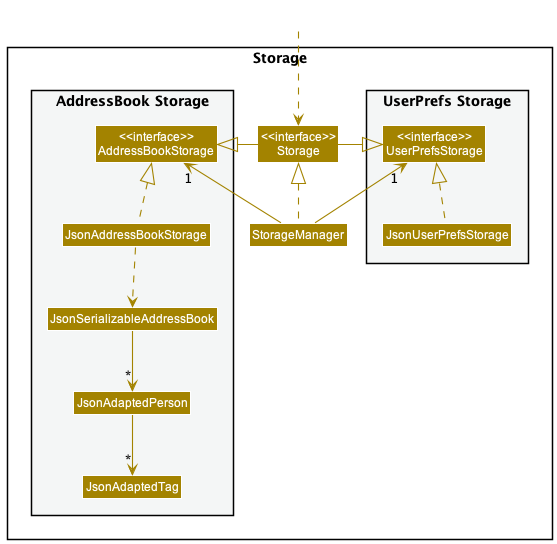
This is docs/images/StorageClassDiagram.png from nus-cs2103-AY2223S2/tp, a PlantUML export, as it was before one commit. Source of this version:
```plantuml
@startuml
!include style.puml
skinparam arrowThickness 1.1
skinparam arrowColor STORAGE_COLOR
skinparam classBackgroundColor STORAGE_COLOR

package Storage{

package "UserPrefs Storage" #F4F6F6{
Class "<<interface>>\nUserPrefsStorage" as UserPrefsStorage
Class JsonUserPrefsStorage
}

Class "<<interface>>\nStorage" as Storage
Class StorageManager

package "AddressBook Storage" #F4F6F6{
Class "<<interface>>\nAddressBookStorage" as AddressBookStorage
Class JsonAddressBookStorage
Class JsonSerializableAddressBook
Class JsonAdaptedPerson
Class JsonAdaptedTag
}

}

Class HiddenOutside #FFFFFF
HiddenOutside ..> Storage

StorageManager .up.|> Storage
StorageManager -up-> "1" UserPrefsStorage
StorageManager -up-> "1" AddressBookStorage

Storage -left-|> UserPrefsStorage
Storage -right-|> AddressBookStorage

JsonUserPrefsStorage .up.|> UserPrefsStorage
JsonAddressBookStorage .up.|> AddressBookStorage
JsonAddressBookStorage ..> JsonSerializableAddressBook
JsonSerializableAddressBook --> "*" JsonAdaptedPerson
JsonAdaptedPerson --> "*" JsonAdaptedTag

@enduml
```
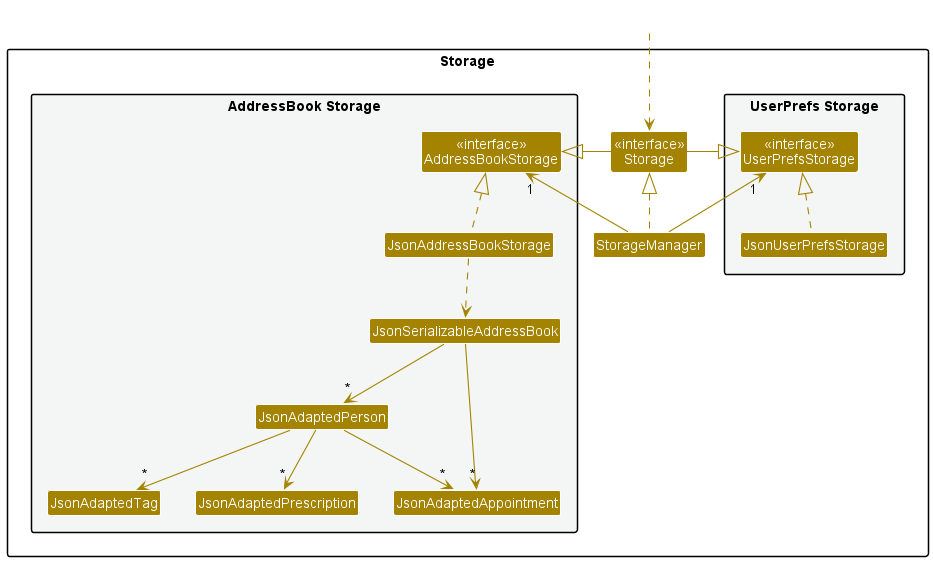
After the commit.

Commit message:
updated the storage class diagram image

The edit, as a diff of the source:
```diff
@@ -11,7 +11,7 @@
 Class JsonUserPrefsStorage
 }
 
-Class "<<interface>>\nStorage" as Storage
+Class "<<interface>>\nStorage" as StorageInterface
 Class StorageManager
 
 package "AddressBook Storage" #F4F6F6{
@@ -20,24 +20,29 @@
 Class JsonSerializableAddressBook
 Class JsonAdaptedPerson
 Class JsonAdaptedTag
+Class JsonAdaptedAppointment
+Class JsonAdaptedPrescription
 }
 
 }
 
 Class HiddenOutside #FFFFFF
-HiddenOutside ..> Storage
+HiddenOutside ..> StorageInterface
 
-StorageManager .up.|> Storage
+StorageManager .up.|> StorageInterface
 StorageManager -up-> "1" UserPrefsStorage
 StorageManager -up-> "1" AddressBookStorage
 
-Storage -left-|> UserPrefsStorage
-Storage -right-|> AddressBookStorage
+StorageInterface -left-|> UserPrefsStorage
+StorageInterface -right-|> AddressBookStorage
 
 JsonUserPrefsStorage .up.|> UserPrefsStorage
 JsonAddressBookStorage .up.|> AddressBookStorage
 JsonAddressBookStorage ..> JsonSerializableAddressBook
 JsonSerializableAddressBook --> "*" JsonAdaptedPerson
+JsonSerializableAddressBook --> "*" JsonAdaptedAppointment
 JsonAdaptedPerson --> "*" JsonAdaptedTag
+JsonAdaptedPerson --> "*" JsonAdaptedAppointment
+JsonAdaptedPerson --> "*" JsonAdaptedPrescription
 
 @enduml
```
